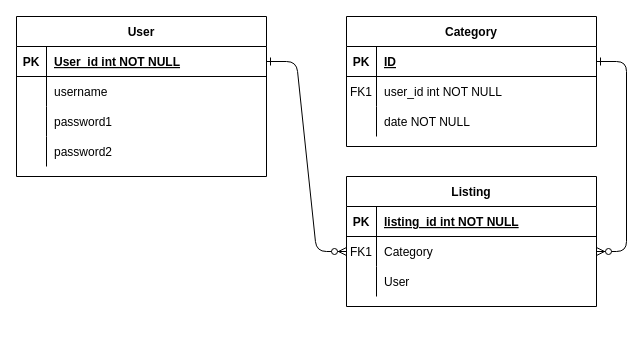
VinCoD/ERDs keeps this draw.io diagram as SocioBayERD.drawio. Above is the earlier version. Source tidied: cells renumbered, new cells numbered last; positions are measured from the earlier drawing's top-left corner, leaving out a move shared by most shapes. Both pictures are drawn from the tidied source at 100%, with x=0, y=0 at pixel (16, 16).
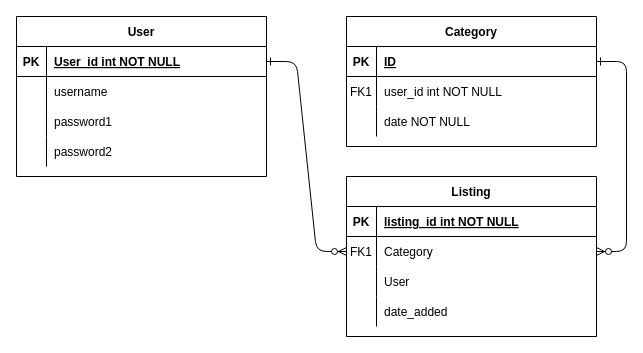
Above is the later version.

Commit message:
Added a new field to Listing - date_added

The edit, as a diff of the source:
```diff
@@
     <mxCell id="14" value="Listing" style="shape=table;startSize=30;childLayout=tableLayout;rowLines=0;fontStyle=1;align=center;" parent="1" vertex="1">
-      <mxGeometry x="330" y="160" width="250" height="130" as="geometry" />
+      <mxGeometry x="330" y="160" width="250" height="160" as="geometry" />
     </mxCell>
@@
+    <mxCell id="37" style="shape=partialRectangle;fillColor=none;top=0;left=0;right=0;bottom=0;" parent="14" vertex="1">
+      <mxGeometry y="120" width="250" height="30" as="geometry" />
+    </mxCell>
+    <mxCell id="38" style="shape=partialRectangle;overflow=hidden;fillColor=none;top=0;left=0;bottom=0;right=0;" parent="37" vertex="1">
+      <mxGeometry width="30" height="30" as="geometry" />
+    </mxCell>
+    <mxCell id="39" value="date_added" style="shape=partialRectangle;overflow=hidden;fillColor=none;top=0;left=0;bottom=0;right=0;align=left;spacingLeft=6;" parent="37" vertex="1">
+      <mxGeometry x="30" width="220" height="30" as="geometry" />
+    </mxCell>
```
